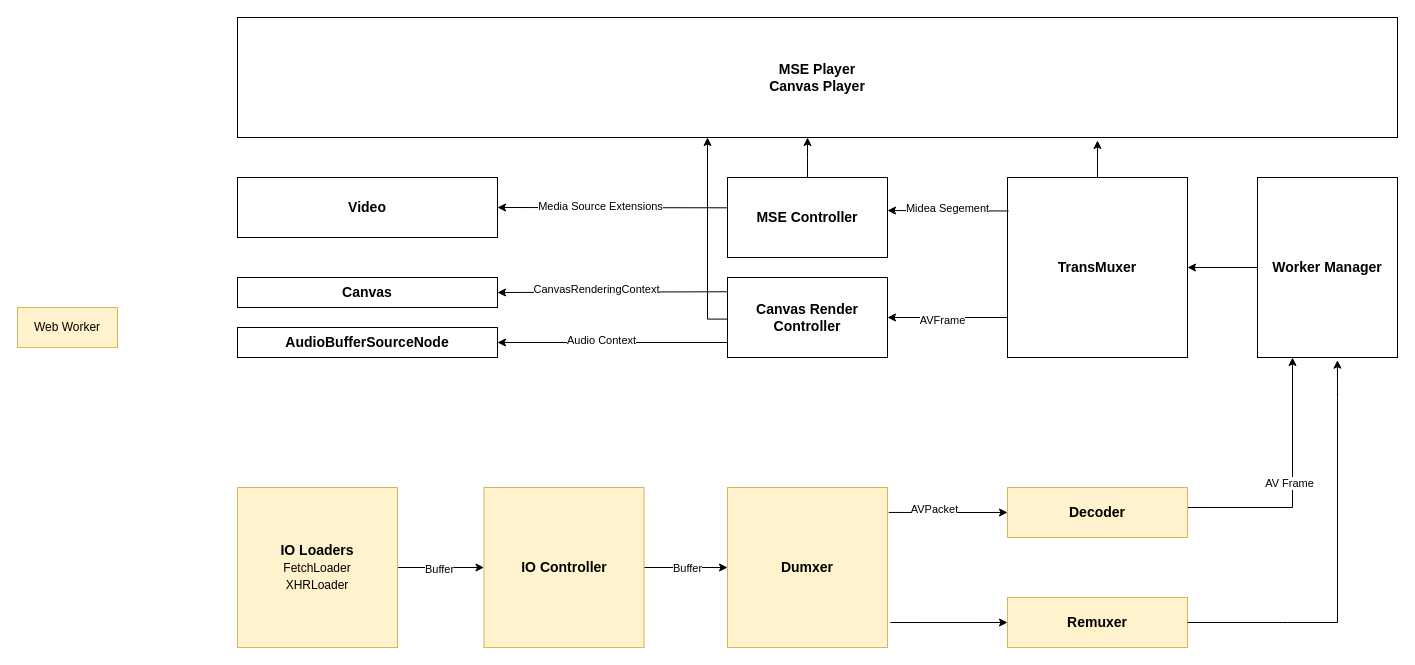
Earlier version of the draw.io diagram 未命名绘图.drawio (Robot-7/h265-design). Source tidied: cells renumbered, new cells numbered last; positions are measured from the earlier drawing's top-left corner, leaving out a move shared by most shapes. Both pictures are drawn from the tidied source at 100%, with x=0, y=0 at pixel (17, 17).
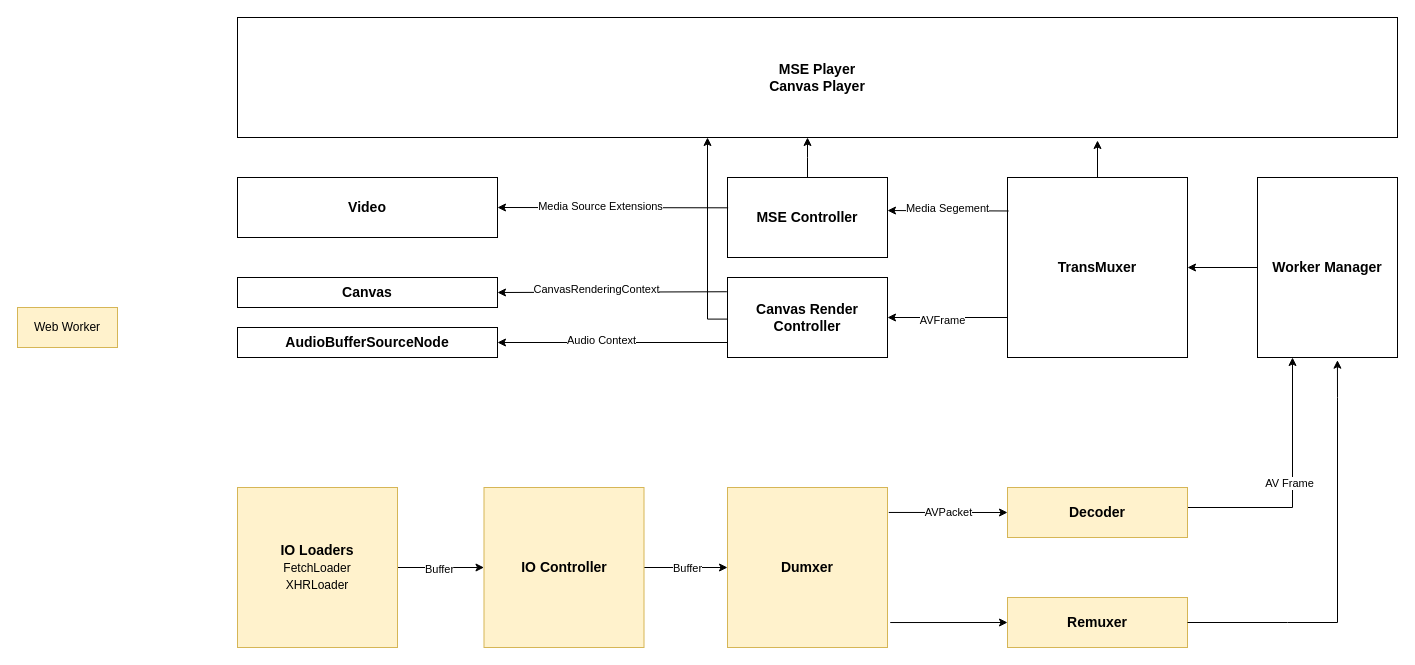
The same diagram, later.

Commit message:
更新未命名绘图.drawio

Unchanged cells that the change refers to:
```xml
<mxCell id="22" style="endArrow=classic;html=1;rounded=0;entryX=0;entryY=0.5;entryDx=0;entryDy=0;exitX=1.008;exitY=0.156;exitDx=0;exitDy=0;exitPerimeter=0;fontSize=14;" parent="1" edge="1" source="8" target="12">
  <mxGeometry relative="1" as="geometry" />
</mxCell>
<mxCell id="28" style="endArrow=classic;html=1;rounded=0;fontSize=14;exitX=0.006;exitY=0.186;exitDx=0;exitDy=0;exitPerimeter=0;entryX=1;entryY=0.413;entryDx=0;entryDy=0;entryPerimeter=0;" parent="1" edge="1" source="5" target="4">
  <mxGeometry relative="1" as="geometry" />
</mxCell>
```

Change to the diagram source:
```diff
@@
     <mxCell id="23" value="AVPacket" style="edgeLabel;html=1;align=center;verticalAlign=middle;" parent="22" vertex="1">
       <mxGeometry x="-0.22" y="3" relative="1" as="geometry">
-        <mxPoint x="-1" as="offset" />
+        <mxPoint x="13" y="3" as="offset" />
       </mxGeometry>
     </mxCell>
@@
-    <mxCell id="29" value="Midea Segement" style="edgeLabel;html=1;align=center;verticalAlign=middle;" parent="28" vertex="1">
+    <mxCell id="29" value="Media Segement" style="edgeLabel;html=1;align=center;verticalAlign=middle;" parent="28" vertex="1">
       <mxGeometry x="0.27" y="-4" relative="1" as="geometry">
         <mxPoint x="15" y="1" as="offset" />
       </mxGeometry>
     </mxCell>
```
